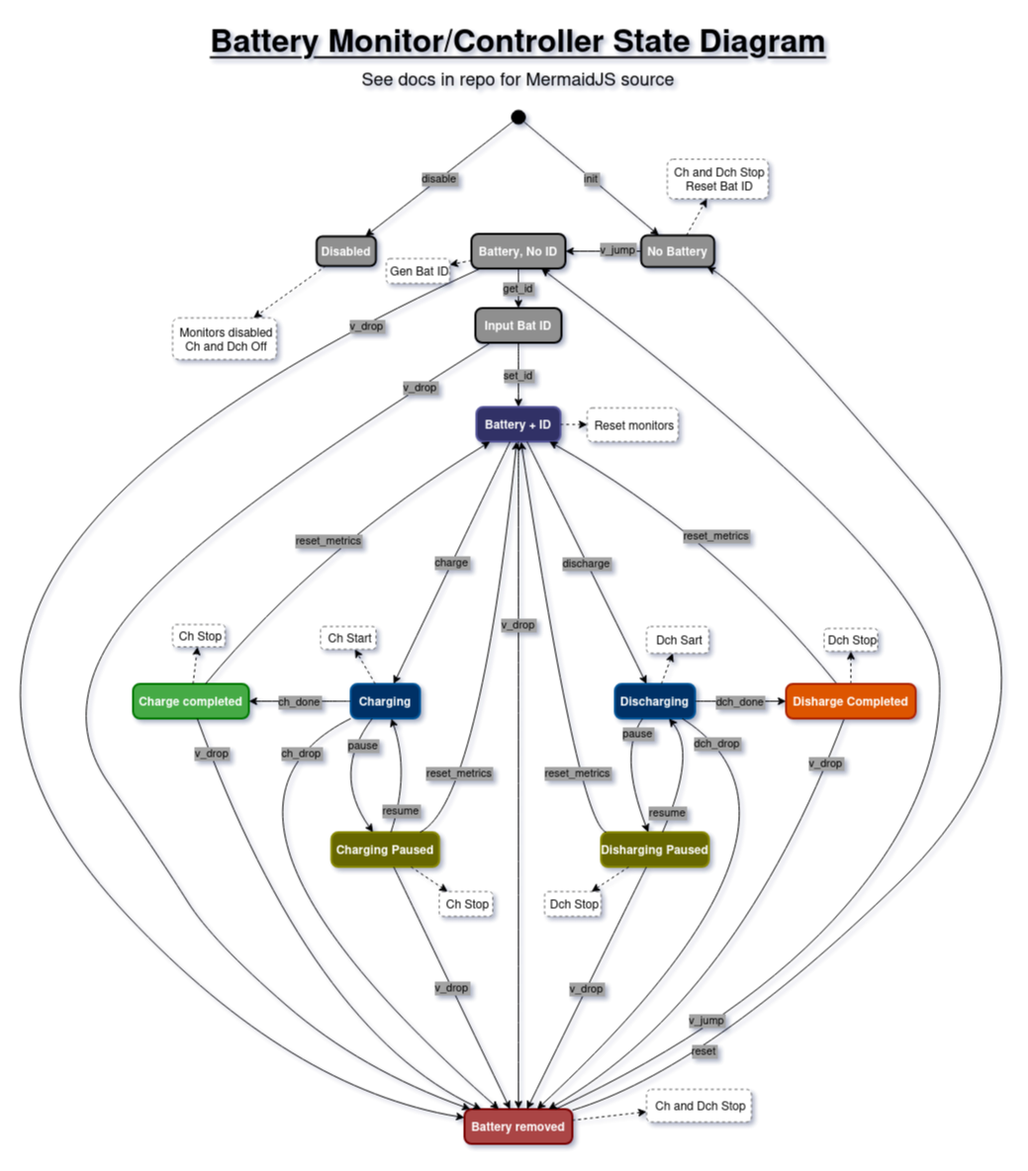
fitzterra/battery-capacity-meter keeps this draw.io diagram as doc/design/BC_StateDiagram.drawio.png. Above is the earlier version. Source tidied: cells renumbered, new cells last; positions are measured from the earlier drawing's top-left corner, leaving out a move shared by most shapes. Its diagram source:
```xml
<mxGraphModel>
  <root>
    <mxCell id="0" />
    <mxCell id="1" parent="0" />
    <mxCell id="2" value="Disabled" style="rounded=1;arcSize=20;strokeWidth=2;fillColor=#8F8F8F;fontColor=#FFFFFF;fontStyle=1;" parent="1" vertex="1">
      <mxGeometry x="355.5" y="217.5" width="60" height="30" as="geometry" />
    </mxCell>
    <mxCell id="3" value="Monitors disabled&#10;        Ch and Dch Off" style="align=center;spacingLeft=4;dashed=1;strokeColor=#666666;rounded=1;" parent="1" vertex="1">
      <mxGeometry x="210" y="300" width="105" height="42" as="geometry" />
    </mxCell>
    <mxCell id="4" value="No Battery" style="rounded=1;arcSize=20;strokeWidth=2;fillColor=#8F8F8F;fontColor=#FFFFFF;fontStyle=1;" parent="1" vertex="1">
      <mxGeometry x="683.5" y="216.5" width="74" height="32" as="geometry" />
    </mxCell>
    <mxCell id="5" value="Ch and Dch Stop&#10;        Reset Bat ID" style="align=center;spacingLeft=4;dashed=1;strokeColor=#666666;rounded=1;" parent="1" vertex="1">
      <mxGeometry x="710" y="139.5" width="102" height="40" as="geometry" />
    </mxCell>
    <mxCell id="6" value="Battery, No ID" style="rounded=1;arcSize=20;strokeWidth=2;fillColor=#8F8F8F;fontColor=#FFFFFF;fontStyle=1;" parent="1" vertex="1">
      <mxGeometry x="512" y="215" width="95" height="35" as="geometry" />
    </mxCell>
    <mxCell id="7" value="Gen Bat ID" style="align=center;spacingLeft=4;dashed=1;strokeColor=#666666;rounded=1;" parent="1" vertex="1">
      <mxGeometry x="426" y="240" width="64" height="25" as="geometry" />
    </mxCell>
    <mxCell id="8" value="Input Bat ID" style="rounded=1;arcSize=20;strokeWidth=2;fillColor=#8F8F8F;fontColor=#FFFFFF;fontStyle=1;" parent="1" vertex="1">
      <mxGeometry x="516" y="290" width="87" height="35" as="geometry" />
    </mxCell>
    <mxCell id="9" value="Battery + ID" style="rounded=1;arcSize=20;strokeWidth=2;strokeColor=#555599;fillColor=#333366;fontColor=#FFFFFF;fontStyle=1;" parent="1" vertex="1">
      <mxGeometry x="517" y="390" width="85" height="35" as="geometry" />
    </mxCell>
    <mxCell id="10" value="Reset monitors" style="align=center;spacingLeft=4;dashed=1;strokeColor=#666666;rounded=1;" parent="1" vertex="1">
      <mxGeometry x="629" y="391" width="92" height="34" as="geometry" />
    </mxCell>
    <mxCell id="11" value="Charging" style="rounded=1;arcSize=20;strokeWidth=2;fillColor=#003366;fontColor=#FFFFFF;strokeColor=#005599;fontStyle=1;" parent="1" vertex="1">
      <mxGeometry x="390" y="670" width="70" height="35" as="geometry" />
    </mxCell>
    <mxCell id="12" value="Ch Start" style="align=center;spacingLeft=4;dashed=1;strokeColor=#666666;rounded=1;" parent="1" vertex="1">
      <mxGeometry x="359.5" y="612" width="56" height="23" as="geometry" />
    </mxCell>
    <mxCell id="13" value="Charging Paused" style="rounded=1;arcSize=20;strokeWidth=2;fillColor=#666600;strokeColor=#888800;fontColor=#FFFFFF;fontStyle=1;" parent="1" vertex="1">
      <mxGeometry x="370.5" y="820" width="109" height="35" as="geometry" />
    </mxCell>
    <mxCell id="14" value="Ch Stop" style="align=center;spacingLeft=4;dashed=1;strokeColor=#666666;rounded=1;" parent="1" vertex="1">
      <mxGeometry x="479.5" y="880" width="54" height="25" as="geometry" />
    </mxCell>
    <mxCell id="15" value="Charge completed" style="rounded=1;arcSize=20;strokeWidth=2;fillColor=#44AA44;strokeColor=#007700;fontColor=#FFFFFF;fontStyle=1;" parent="1" vertex="1">
      <mxGeometry x="170" y="670" width="117" height="35" as="geometry" />
    </mxCell>
    <mxCell id="16" value="Ch Stop" style="align=center;spacingLeft=4;dashed=1;strokeColor=#666666;rounded=1;" parent="1" vertex="1">
      <mxGeometry x="210" y="610" width="53" height="22.5" as="geometry" />
    </mxCell>
    <mxCell id="17" value="Discharging" style="rounded=1;arcSize=20;strokeWidth=2;fillColor=#003366;fontColor=#FFFFFF;strokeColor=#005599;fontStyle=1;" parent="1" vertex="1">
      <mxGeometry x="657" y="670" width="81" height="35" as="geometry" />
    </mxCell>
    <mxCell id="18" value="Dch Sart" style="align=center;spacingLeft=4;dashed=1;strokeColor=#666666;rounded=1;" parent="1" vertex="1">
      <mxGeometry x="689" y="612" width="63" height="27" as="geometry" />
    </mxCell>
    <mxCell id="19" value="Disharging Paused" style="rounded=1;arcSize=20;strokeWidth=2;fillColor=#666600;strokeColor=#888800;fontColor=#FFFFFF;fontStyle=1;" parent="1" vertex="1">
      <mxGeometry x="643" y="820" width="109" height="35" as="geometry" />
    </mxCell>
    <mxCell id="20" value="Dch Stop" style="align=center;spacingLeft=4;dashed=1;strokeColor=#666666;rounded=1;" parent="1" vertex="1">
      <mxGeometry x="586" y="880" width="57" height="25" as="geometry" />
    </mxCell>
    <mxCell id="21" value="Dch Stop" style="align=center;spacingLeft=4;dashed=1;strokeColor=#666666;rounded=1;" parent="1" vertex="1">
      <mxGeometry x="868.5" y="614" width="54" height="23" as="geometry" />
    </mxCell>
    <mxCell id="22" value="Battery removed" style="rounded=1;arcSize=20;strokeWidth=2;fillColor=#AA4444;strokeColor=#770000;fontStyle=1;fontColor=#FFFFFF;" parent="1" vertex="1">
      <mxGeometry x="505" y="1100" width="109" height="35" as="geometry" />
    </mxCell>
    <mxCell id="23" value="Ch and Dch Stop" style="align=center;spacingLeft=4;dashed=1;strokeColor=#666666;rounded=1;" parent="1" vertex="1">
      <mxGeometry x="689" y="1080" width="106" height="33" as="geometry" />
    </mxCell>
    <mxCell id="24" style="ellipse;fillColor=strokeColor;" parent="1" vertex="1">
      <mxGeometry x="552.5" y="90" width="14" height="14" as="geometry" />
    </mxCell>
    <mxCell id="25" style="curved=1;dashed=1;startArrow=none;rounded=0;" parent="1" edge="1" source="2" target="3">
      <mxGeometry relative="1" as="geometry" />
    </mxCell>
    <mxCell id="26" style="curved=1;dashed=1;startArrow=none;rounded=0;" parent="1" edge="1" source="4" target="5">
      <mxGeometry relative="1" as="geometry" />
    </mxCell>
    <mxCell id="27" style="curved=1;dashed=1;startArrow=none;rounded=0;" parent="1" edge="1" source="6" target="7">
      <mxGeometry relative="1" as="geometry" />
    </mxCell>
    <mxCell id="28" style="curved=1;dashed=1;startArrow=none;rounded=0;" parent="1" edge="1" source="9" target="10">
      <mxGeometry relative="1" as="geometry" />
    </mxCell>
    <mxCell id="29" style="curved=1;dashed=1;startArrow=none;rounded=0;" parent="1" edge="1" source="11" target="12">
      <mxGeometry relative="1" as="geometry" />
    </mxCell>
    <mxCell id="30" style="curved=1;dashed=1;startArrow=none;rounded=0;" parent="1" edge="1" source="13" target="14">
      <mxGeometry relative="1" as="geometry" />
    </mxCell>
    <mxCell id="31" style="curved=1;dashed=1;startArrow=none;rounded=0;" parent="1" edge="1" source="15" target="16">
      <mxGeometry relative="1" as="geometry" />
    </mxCell>
    <mxCell id="32" style="curved=1;dashed=1;startArrow=none;rounded=0;" parent="1" edge="1" source="17" target="18">
      <mxGeometry relative="1" as="geometry" />
    </mxCell>
    <mxCell id="33" style="curved=1;dashed=1;startArrow=none;rounded=0;" parent="1" edge="1" source="19" target="20">
      <mxGeometry relative="1" as="geometry" />
    </mxCell>
    <mxCell id="34" style="curved=1;dashed=1;startArrow=none;rounded=0;" parent="1" edge="1" source="63" target="21">
      <mxGeometry relative="1" as="geometry" />
    </mxCell>
    <mxCell id="35" style="curved=1;dashed=1;startArrow=none;rounded=0;" parent="1" edge="1" source="22" target="23">
      <mxGeometry relative="1" as="geometry" />
    </mxCell>
    <mxCell id="36" value="disable" style="curved=1;startArrow=none;rounded=0;labelBackgroundColor=#A3A3A3;" parent="1" edge="1" source="24" target="2">
      <mxGeometry relative="1" as="geometry" />
    </mxCell>
    <mxCell id="37" value="init" style="curved=1;startArrow=none;rounded=0;labelBackgroundColor=#A3A3A3;" parent="1" edge="1" source="24" target="4">
      <mxGeometry relative="1" as="geometry" />
    </mxCell>
    <mxCell id="38" value="v_jump" style="curved=1;startArrow=none;rounded=0;labelBackgroundColor=#A3A3A3;" parent="1" edge="1" source="4" target="6">
      <mxGeometry x="-0.39" y="-2" relative="1" as="geometry" />
    </mxCell>
    <mxCell id="39" value="v_drop" style="curved=1;startArrow=none;rounded=0;labelBackgroundColor=#A3A3A3;" parent="1" edge="1" source="6" target="22">
      <mxGeometry x="-0.82" y="5" relative="1" as="geometry">
        <Array as="points">
          <mxPoint x="170" y="410" />
          <mxPoint y="730" />
          <mxPoint x="330" y="1080" />
        </Array>
      </mxGeometry>
    </mxCell>
    <mxCell id="40" value="get_id" style="curved=1;startArrow=none;rounded=0;labelBackgroundColor=#A3A3A3;" parent="1" edge="1" source="6" target="8">
      <mxGeometry relative="1" as="geometry" />
    </mxCell>
    <mxCell id="41" value="v_drop" style="curved=1;startArrow=none;rounded=0;labelBackgroundColor=#A3A3A3;" parent="1" edge="1" source="8" target="22">
      <mxGeometry x="-0.86" y="1" relative="1" as="geometry">
        <Array as="points">
          <mxPoint x="250" y="500" />
          <mxPoint x="90" y="690" />
          <mxPoint x="200" y="850" />
          <mxPoint x="250" y="930" />
          <mxPoint x="400" y="1060" />
        </Array>
      </mxGeometry>
    </mxCell>
    <mxCell id="42" value="set_id" style="curved=1;startArrow=none;entryX=0.5;entryY=-0.01;rounded=0;labelBackgroundColor=#A3A3A3;" parent="1" edge="1" source="8" target="9">
      <mxGeometry relative="1" as="geometry" />
    </mxCell>
    <mxCell id="43" value="v_drop" style="curved=1;startArrow=none;rounded=0;labelBackgroundColor=#A3A3A3;" parent="1" edge="1" source="9" target="22">
      <mxGeometry x="-0.45" relative="1" as="geometry" />
    </mxCell>
    <mxCell id="44" value="charge" style="curved=1;startArrow=none;rounded=0;labelBackgroundColor=#A3A3A3;" parent="1" edge="1" source="9" target="11">
      <mxGeometry relative="1" as="geometry" />
    </mxCell>
    <mxCell id="45" value="ch_drop" style="curved=1;startArrow=none;rounded=0;labelBackgroundColor=#A3A3A3;" parent="1" edge="1" source="11" target="22">
      <mxGeometry x="-0.82" y="9" relative="1" as="geometry">
        <Array as="points">
          <mxPoint x="200" y="800" />
        </Array>
      </mxGeometry>
    </mxCell>
    <mxCell id="46" value="pause" style="curved=1;startArrow=none;rounded=0;labelBackgroundColor=#A3A3A3;" parent="1" edge="1" source="11" target="13">
      <mxGeometry x="-0.62" y="9" relative="1" as="geometry">
        <Array as="points">
          <mxPoint x="370" y="760" />
        </Array>
      </mxGeometry>
    </mxCell>
    <mxCell id="47" value="resume" style="curved=1;startArrow=none;rounded=0;labelBackgroundColor=#A3A3A3;" parent="1" edge="1" source="13" target="11">
      <mxGeometry x="-0.61" y="-3" relative="1" as="geometry">
        <Array as="points">
          <mxPoint x="450" y="760" />
        </Array>
      </mxGeometry>
    </mxCell>
    <mxCell id="48" value="reset_metrics" style="curved=1;startArrow=none;rounded=0;labelBackgroundColor=#A3A3A3;" parent="1" edge="1" source="13" target="9">
      <mxGeometry x="-0.56" y="23" relative="1" as="geometry">
        <Array as="points">
          <mxPoint x="520" y="790" />
        </Array>
      </mxGeometry>
    </mxCell>
    <mxCell id="49" value="v_drop" style="curved=1;startArrow=none;rounded=0;labelBackgroundColor=#A3A3A3;" parent="1" edge="1" source="13" target="22">
      <mxGeometry relative="1" as="geometry" />
    </mxCell>
    <mxCell id="50" value="ch_done" style="curved=1;startArrow=none;rounded=0;labelBackgroundColor=#A3A3A3;" parent="1" edge="1" source="11" target="15">
      <mxGeometry relative="1" as="geometry" />
    </mxCell>
    <mxCell id="51" value="v_drop" style="curved=1;startArrow=none;rounded=0;labelBackgroundColor=#A3A3A3;" parent="1" edge="1" source="15" target="22">
      <mxGeometry x="-0.85" y="2" relative="1" as="geometry">
        <Array as="points">
          <mxPoint x="350" y="1020" />
        </Array>
      </mxGeometry>
    </mxCell>
    <mxCell id="52" value="reset_metrics" style="curved=1;startArrow=none;rounded=0;labelBackgroundColor=#A3A3A3;" parent="1" edge="1" source="15" target="9">
      <mxGeometry relative="1" as="geometry">
        <Array as="points">
          <mxPoint x="360" y="530" />
        </Array>
      </mxGeometry>
    </mxCell>
    <mxCell id="53" value="dch_drop" style="curved=1;startArrow=none;rounded=0;labelBackgroundColor=#A3A3A3;" parent="1" edge="1" source="17" target="22">
      <mxGeometry x="-0.86" y="-2" relative="1" as="geometry">
        <Array as="points">
          <mxPoint x="890" y="810" />
        </Array>
      </mxGeometry>
    </mxCell>
    <mxCell id="54" value="pause" style="curved=1;startArrow=none;rounded=0;labelBackgroundColor=#A3A3A3;" parent="1" edge="1" source="17" target="19">
      <mxGeometry x="-0.77" y="5" relative="1" as="geometry">
        <Array as="points">
          <mxPoint x="660" y="740" />
        </Array>
      </mxGeometry>
    </mxCell>
    <mxCell id="55" value="resume" style="curved=1;startArrow=none;rounded=0;labelBackgroundColor=#A3A3A3;" parent="1" edge="1" source="19" target="17">
      <mxGeometry x="-0.69" y="4" relative="1" as="geometry">
        <Array as="points">
          <mxPoint x="740" y="740" />
        </Array>
        <mxPoint x="1" as="offset" />
      </mxGeometry>
    </mxCell>
    <mxCell id="56" value="reset_metrics" style="curved=1;startArrow=none;rounded=0;labelBackgroundColor=#A3A3A3;" parent="1" edge="1" source="19" target="9">
      <mxGeometry x="-0.62" y="-7" relative="1" as="geometry">
        <Array as="points">
          <mxPoint x="620" y="810" />
        </Array>
      </mxGeometry>
    </mxCell>
    <mxCell id="57" value="v_drop" style="curved=1;startArrow=none;rounded=0;labelBackgroundColor=#A3A3A3;" parent="1" edge="1" source="19" target="22">
      <mxGeometry relative="1" as="geometry" />
    </mxCell>
    <mxCell id="58" value="dch_done" style="curved=1;startArrow=none;rounded=0;labelBackgroundColor=#A3A3A3;" parent="1" edge="1" source="17" target="63">
      <mxGeometry relative="1" as="geometry" />
    </mxCell>
    <mxCell id="59" value="v_drop" style="curved=1;startArrow=none;rounded=0;labelBackgroundColor=#A3A3A3;" parent="1" edge="1" source="63" target="22">
      <mxGeometry x="-0.81" y="-2" relative="1" as="geometry">
        <Array as="points">
          <mxPoint x="780" y="990" />
        </Array>
        <mxPoint x="1" as="offset" />
      </mxGeometry>
    </mxCell>
    <mxCell id="60" value="reset_metrics" style="curved=1;startArrow=none;rounded=0;labelBackgroundColor=#A3A3A3;" parent="1" edge="1" source="63" target="9">
      <mxGeometry relative="1" as="geometry">
        <Array as="points">
          <mxPoint x="760" y="520" />
        </Array>
      </mxGeometry>
    </mxCell>
    <mxCell id="61" value="reset" style="curved=1;startArrow=none;rounded=0;labelBackgroundColor=#A3A3A3;" parent="1" edge="1" source="22" target="4">
      <mxGeometry x="-0.76" y="15" relative="1" as="geometry">
        <Array as="points">
          <mxPoint x="750" y="1060" />
          <mxPoint x="1140" y="680" />
          <mxPoint x="790" y="270" />
        </Array>
        <mxPoint y="-1" as="offset" />
      </mxGeometry>
    </mxCell>
    <mxCell id="62" value="v_jump" style="curved=1;startArrow=none;rounded=0;labelBackgroundColor=#A3A3A3;" parent="1" edge="1" source="22" target="6">
      <mxGeometry x="-0.72" y="17" relative="1" as="geometry">
        <Array as="points">
          <mxPoint x="790" y="1010" />
          <mxPoint x="990" y="780" />
          <mxPoint x="980" y="550" />
        </Array>
      </mxGeometry>
    </mxCell>
    <mxCell id="63" value="Disharge Completed" style="rounded=1;arcSize=20;strokeWidth=2;fillColor=#DD5500;strokeColor=#AA2200;fontStyle=1;fontColor=#FFFFFF;" parent="1" vertex="1">
      <mxGeometry x="830" y="670" width="131" height="35" as="geometry" />
    </mxCell>
    <mxCell id="64" value="discharge" style="curved=1;startArrow=none;rounded=0;labelBackgroundColor=#A3A3A3;" parent="1" edge="1" source="9" target="17">
      <mxGeometry relative="1" as="geometry" />
    </mxCell>
    <mxCell id="65" value="&lt;div&gt;&lt;font style=&quot;font-size: 32px;&quot;&gt;&lt;b&gt;&lt;u&gt;Battery Monitor/Controller State Diagram&lt;/u&gt;&lt;/b&gt;&lt;/font&gt;&lt;/div&gt;&lt;font style=&quot;font-size: 18px; line-height: 220%;&quot;&gt;See docs in repo for MermaidJS source&lt;/font&gt;" style="text;html=1;align=center;verticalAlign=bottom;whiteSpace=wrap;rounded=0;fontSize=23;horizontal=1;" parent="1" vertex="1">
      <mxGeometry x="239.2" width="640.5" height="80" as="geometry" />
    </mxCell>
  </root>
</mxGraphModel>
```
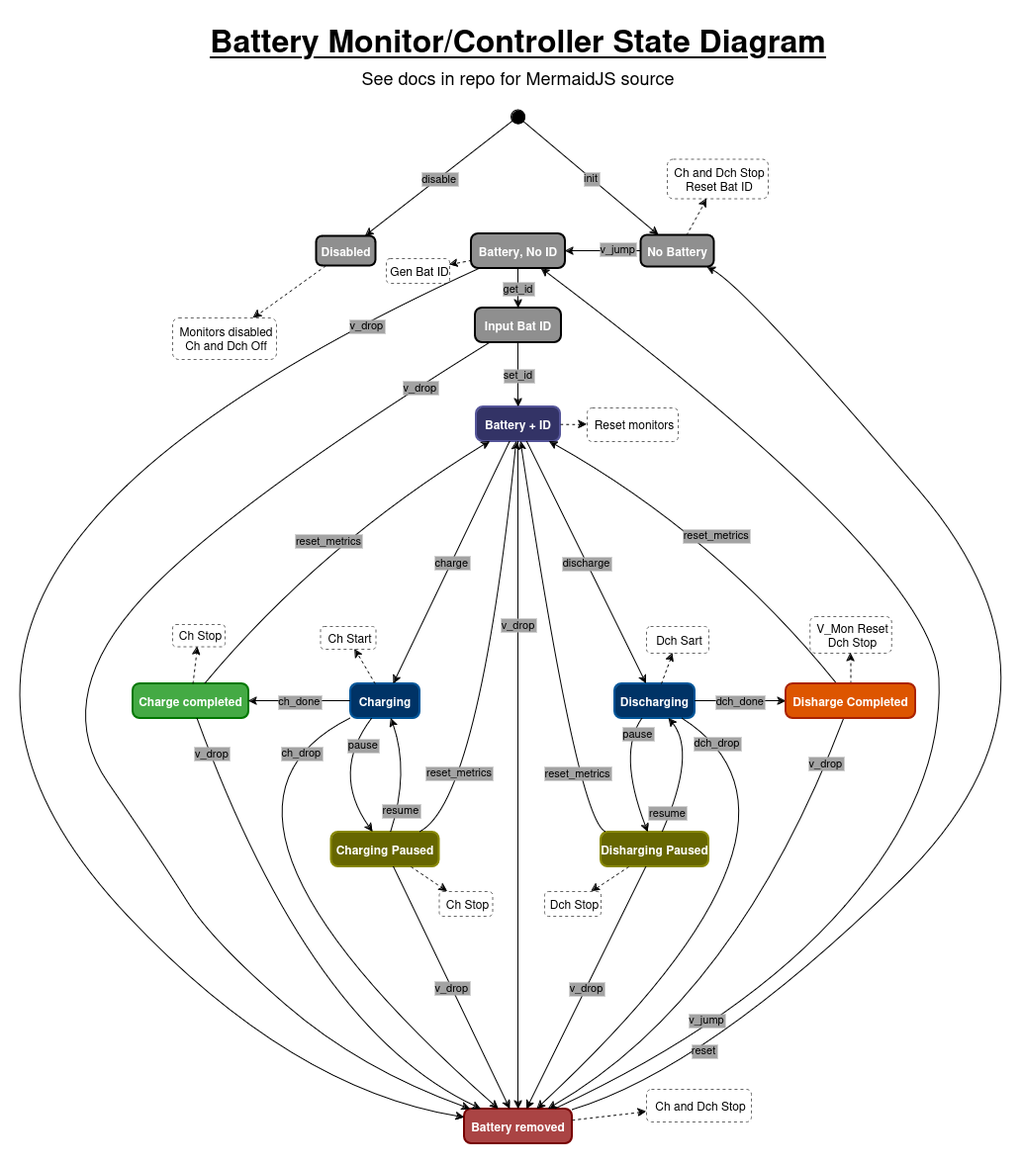
After the change.

Change to the diagram source:
```diff
@@ -59,8 +59,8 @@
     <mxCell id="20" value="Dch Stop" style="align=center;spacingLeft=4;dashed=1;strokeColor=#666666;rounded=1;" parent="1" vertex="1">
       <mxGeometry x="586" y="880" width="57" height="25" as="geometry" />
     </mxCell>
-    <mxCell id="21" value="Dch Stop" style="align=center;spacingLeft=4;dashed=1;strokeColor=#666666;rounded=1;" parent="1" vertex="1">
-      <mxGeometry x="868.5" y="614" width="54" height="23" as="geometry" />
+    <mxCell id="21" value="V_Mon Reset&#10;Dch Stop" style="align=center;spacingLeft=4;dashed=1;strokeColor=#666666;rounded=1;" parent="1" vertex="1">
+      <mxGeometry x="854.2" y="602" width="82.5" height="37" as="geometry" />
     </mxCell>
     <mxCell id="22" value="Battery removed" style="rounded=1;arcSize=20;strokeWidth=2;fillColor=#AA4444;strokeColor=#770000;fontStyle=1;fontColor=#FFFFFF;" parent="1" vertex="1">
       <mxGeometry x="505" y="1100" width="109" height="35" as="geometry" />
```
